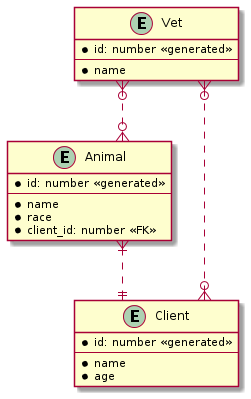
Above: plantuml.png in marianozunino/objection-workshop (PlantUML), before the change. Its diagram source:
```plantuml
@startuml
skinparam linetype ortho

entity Vet {
  * id: number <<generated>>
  --
  * name
}


entity Animal {
  * id: number <<generated>>
  --
  * name
  * race
  * client_id: number <<FK>>
}

entity Client {
  * id: number <<generated>>
  --
  * name
  * age
}

Animal }|..|| Client
Vet }o..o{ Animal
Vet }o..o{ Client
@enduml
```
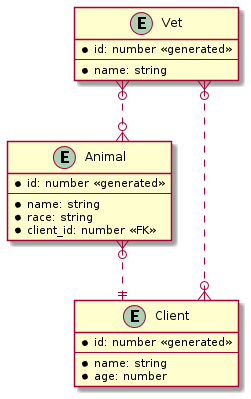
Later version of the same file.

What changed in the source:
```diff
@@ -4,26 +4,25 @@
 entity Vet {
   * id: number <<generated>>
   --
-  * name
+  * name: string
 }
-
 
 entity Animal {
   * id: number <<generated>>
   --
-  * name
-  * race
+  * name: string
+  * race: string
   * client_id: number <<FK>>
 }
 
 entity Client {
   * id: number <<generated>>
   --
-  * name
-  * age
+  * name: string
+  * age: number
 }
 
-Animal }|..|| Client
+Animal }o..|| Client
 Vet }o..o{ Animal
 Vet }o..o{ Client
 @enduml
```
